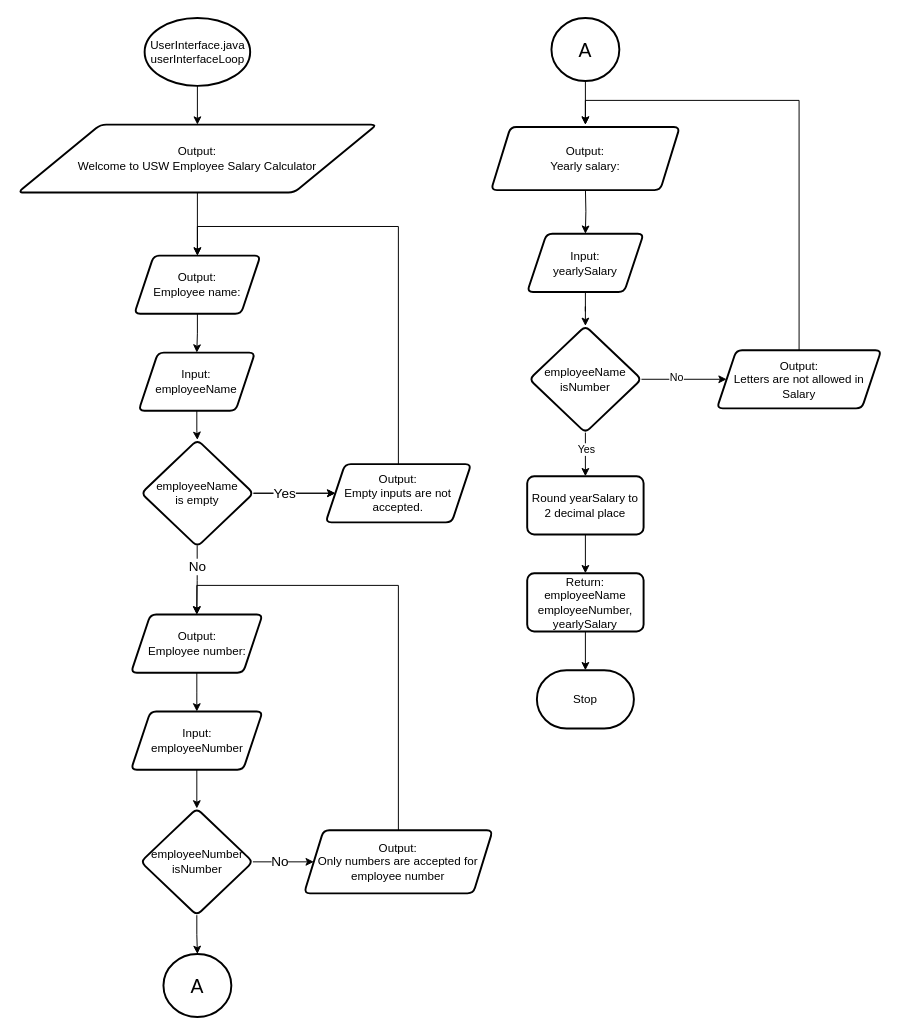
Above: report/flowcharts/designs/userInterface-coursework-2.drawio in Sherman5A/usw-pop-coursework-1-task-2 (draw.io), before the change. Source tidied: cells renumbered, new cells numbered last; positions are measured from the earlier drawing's top-left corner, leaving out a move shared by most shapes. Both pictures are drawn from the tidied source at 97%, with x=0, y=0 at pixel (17, 17).
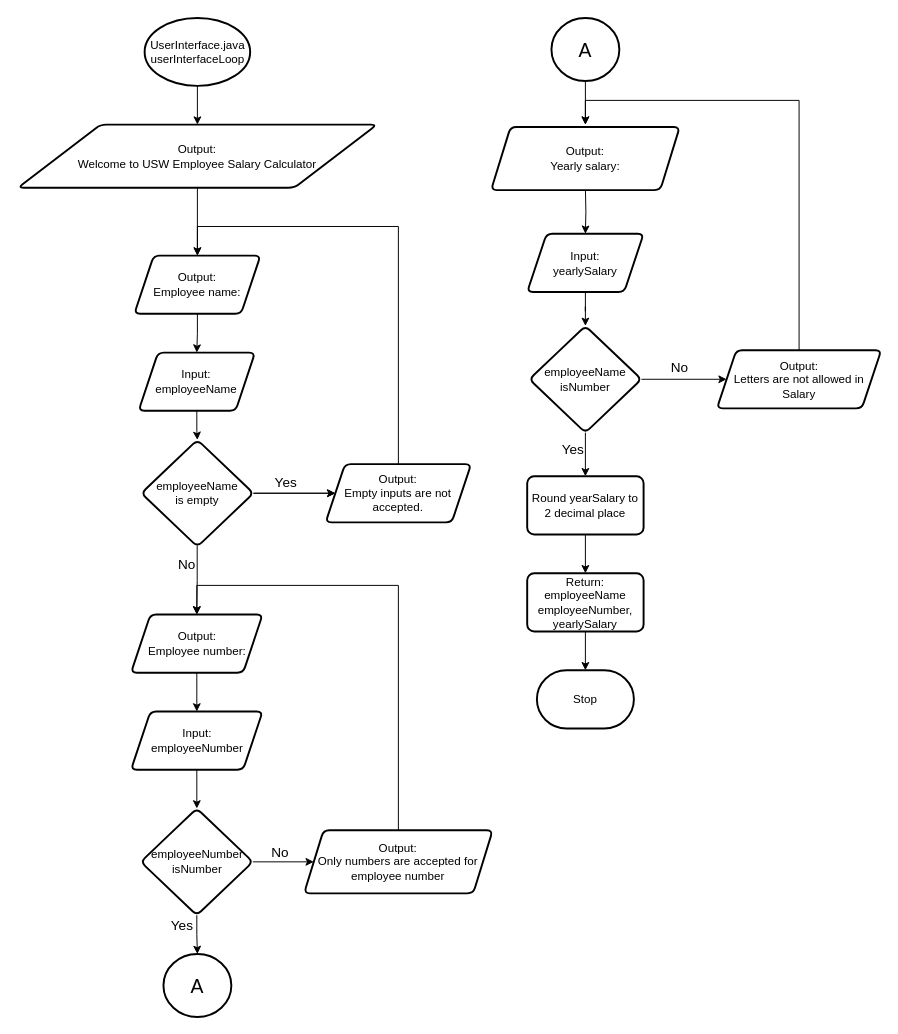
The same page after the edit.

The change refers to these unchanged cells:
```xml
<mxCell id="9" style="edgeStyle=orthogonalEdgeStyle;rounded=0;jettySize=auto;html=1;exitX=0.498;exitY=0.989;exitDx=0;exitDy=0;exitPerimeter=0;entryX=0.5;entryY=0;entryDx=0;entryDy=0;" parent="1" edge="1" source="11" target="19">
  <mxGeometry relative="1" as="geometry" />
</mxCell>
<mxCell id="14" style="edgeStyle=orthogonalEdgeStyle;rounded=0;jettySize=auto;html=1;" parent="1" edge="1" source="11" target="17">
  <mxGeometry relative="1" as="geometry" />
</mxCell>
<mxCell id="22" style="edgeStyle=orthogonalEdgeStyle;rounded=0;jettySize=auto;html=1;" parent="1" edge="1" source="25" target="27">
  <mxGeometry relative="1" as="geometry" />
</mxCell>
<mxCell id="37" style="edgeStyle=orthogonalEdgeStyle;rounded=0;jettySize=auto;html=1;" parent="1" edge="1" source="41" target="36">
  <mxGeometry relative="1" as="geometry" />
</mxCell>
<mxCell id="39" style="edgeStyle=orthogonalEdgeStyle;rounded=0;jettySize=auto;html=1;" parent="1" edge="1" source="41" target="43">
  <mxGeometry relative="1" as="geometry" />
</mxCell>
```

Diff of the diagram source:
```diff
@@
     <mxCell id="5" value="Output:&lt;br&gt;Welcome to USW Employee Salary Calculator" style="shape=parallelogram;html=1;strokeWidth=2;perimeter=parallelogramPerimeter;whiteSpace=wrap;rounded=1;arcSize=12;size=0.23;" parent="1" vertex="1">
-      <mxGeometry y="110" width="370" height="70" as="geometry" />
+      <mxGeometry y="110" width="370" height="65" as="geometry" />
     </mxCell>
@@
-    <mxCell id="10" value="&lt;font style=&quot;font-size: 14px;&quot;&gt;No&lt;/font&gt;" style="edgeLabel;html=1;align=center;verticalAlign=middle;" parent="9" vertex="1">
+    <mxCell id="10" value="&lt;font style=&quot;font-size: 14px;&quot;&gt;No&lt;/font&gt;" style="edgeLabel;html=1;align=center;verticalAlign=middle;fontSize=14;labelBackgroundColor=none;" parent="9" vertex="1">
       <mxGeometry x="-0.22" y="-1" relative="1" as="geometry">
-        <mxPoint x="1" y="-6" as="offset" />
+        <mxPoint x="-10" y="-8" as="offset" />
       </mxGeometry>
     </mxCell>
@@
-    <mxCell id="15" value="&lt;font style=&quot;font-size: 14px;&quot;&gt;Yes&lt;/font&gt;" style="edgeLabel;html=1;align=center;verticalAlign=middle;" parent="14" vertex="1">
-      <mxGeometry x="-0.23" y="1" relative="1" as="geometry" />
+    <mxCell id="15" value="&lt;font style=&quot;font-size: 14px;&quot;&gt;Yes&lt;/font&gt;" style="edgeLabel;html=1;align=center;verticalAlign=middle;fontSize=14;labelBackgroundColor=none;" parent="14" vertex="1">
+      <mxGeometry x="-0.23" y="1" relative="1" as="geometry">
+        <mxPoint x="1" y="-11" as="offset" />
+      </mxGeometry>
     </mxCell>
@@
-    <mxCell id="23" value="&lt;div style=&quot;font-size: 12px;&quot;&gt;&lt;font style=&quot;font-size: 14px;&quot;&gt;No&lt;/font&gt;&lt;/div&gt;" style="edgeLabel;html=1;align=center;verticalAlign=middle;" parent="22" vertex="1">
-      <mxGeometry x="-0.15" y="1" relative="1" as="geometry" />
+    <mxCell id="23" value="&lt;div style=&quot;font-size: 14px;&quot;&gt;&lt;font style=&quot;font-size: 14px;&quot;&gt;No&lt;/font&gt;&lt;/div&gt;" style="edgeLabel;html=1;align=center;verticalAlign=middle;labelBackgroundColor=none;fontSize=14;" parent="22" vertex="1">
+      <mxGeometry x="-0.15" y="1" relative="1" as="geometry">
+        <mxPoint y="-9" as="offset" />
+      </mxGeometry>
     </mxCell>
@@
-    <mxCell id="38" value="Yes" style="edgeLabel;html=1;align=center;verticalAlign=middle;" parent="37" vertex="1">
+    <mxCell id="38" value="Yes" style="edgeLabel;html=1;align=center;verticalAlign=middle;labelBackgroundColor=none;fontSize=14;" parent="37" vertex="1">
       <mxGeometry x="-0.23" y="4" relative="1" as="geometry">
-        <mxPoint x="-4" as="offset" />
+        <mxPoint x="-18" as="offset" />
       </mxGeometry>
     </mxCell>
@@
-    <mxCell id="40" value="No" style="edgeLabel;html=1;align=center;verticalAlign=middle;" parent="39" vertex="1">
-      <mxGeometry x="-0.18" y="2" relative="1" as="geometry" />
+    <mxCell id="40" value="No" style="edgeLabel;html=1;align=center;verticalAlign=middle;fontSize=14;labelBackgroundColor=none;" parent="39" vertex="1">
+      <mxGeometry x="-0.18" y="2" relative="1" as="geometry">
+        <mxPoint x="3" y="-10" as="offset" />
+      </mxGeometry>
     </mxCell>
@@
+    <mxCell id="47" value="Yes" style="edgeLabel;html=1;align=center;verticalAlign=middle;labelBackgroundColor=none;fontSize=14;" parent="1" vertex="1">
+      <mxGeometry x="169" y="937" as="geometry">
+        <mxPoint x="-1" y="-2" as="offset" />
+      </mxGeometry>
+    </mxCell>
```
